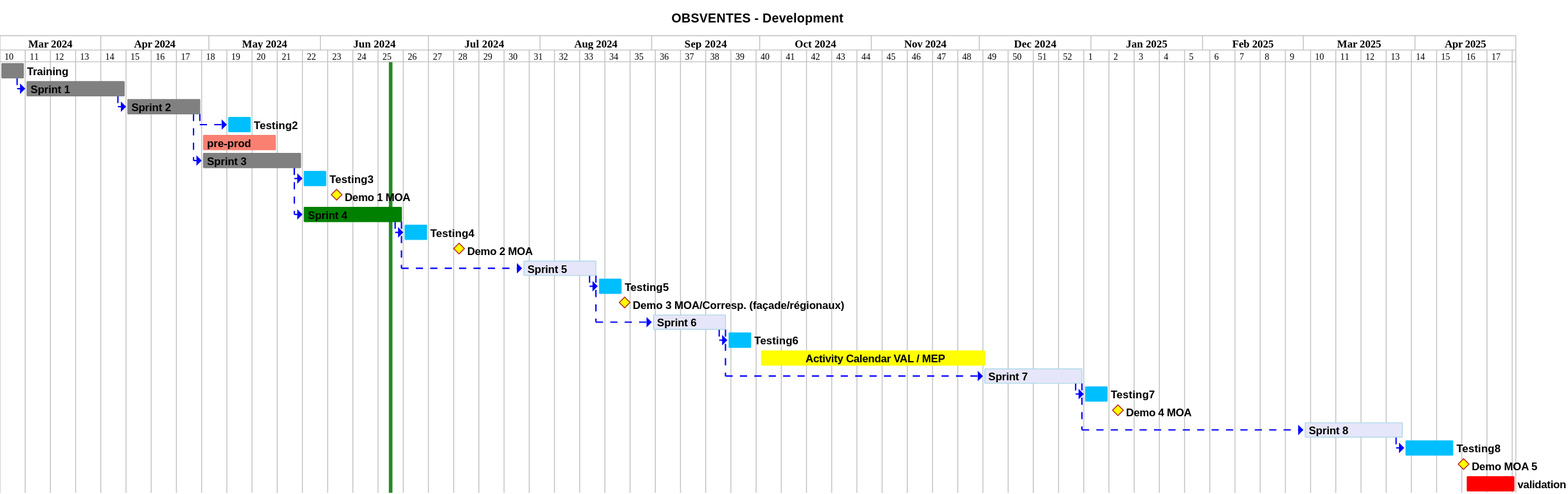
Above: projects/obsvente/not/images/refonte-obsventes-planning-sprints.svg in sumaris-net/sumaris-doc (PlantUML), before the change.
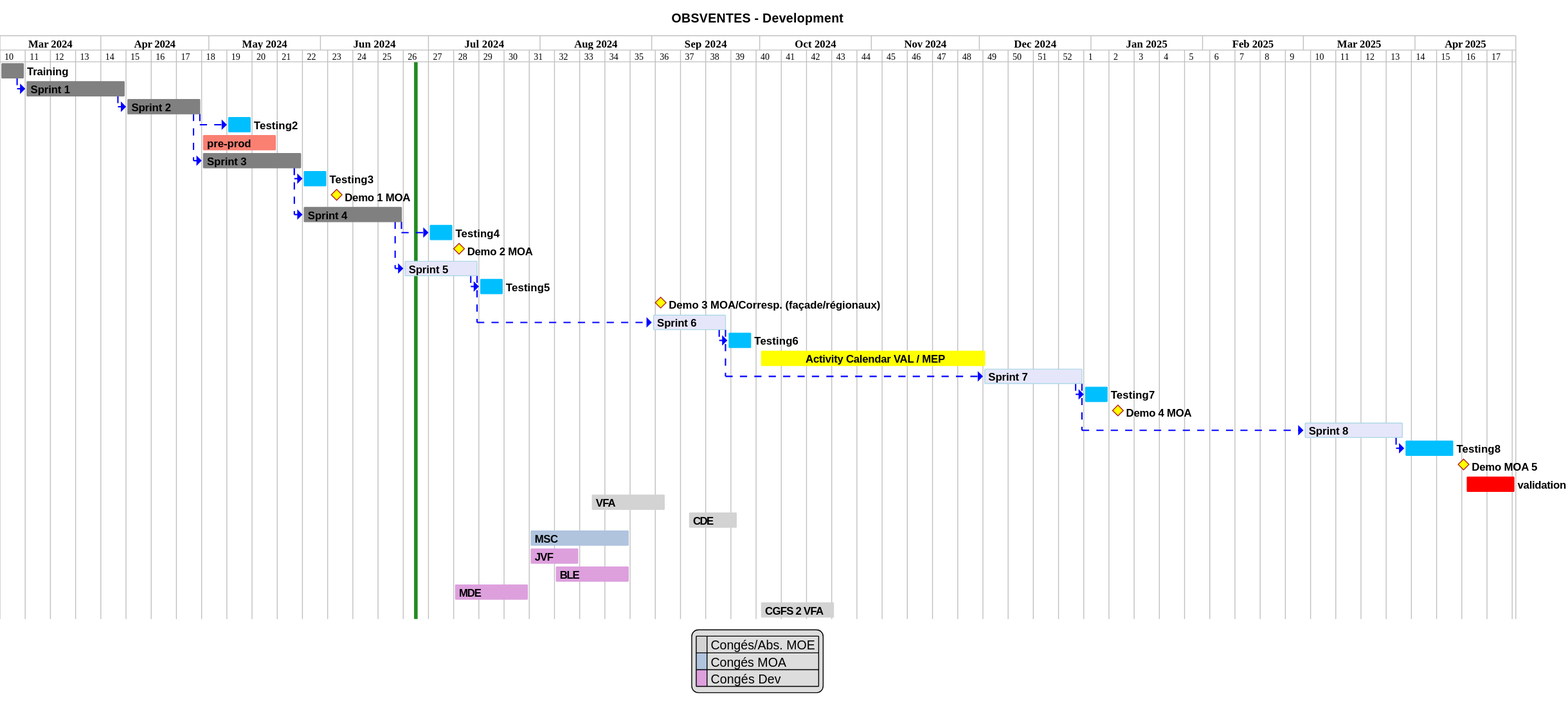
The same file after the commit.

Commit message:
[enh] update planning for ActiFlot V2, ObsVentes V2

What changed in the source:
```diff
@@ -81,18 +81,18 @@
 [Demo 1 MOA] happens 3 day after [Testing3]'s end
 
 [Sprint 4] as [TASK4] requires 4 weeks and starts the 27th of May 2024
-[TASK4] is colored in green
+[TASK4] is colored in grey
 [TASK3]->[TASK4]
-[Testing4] requires 1 week
+[Testing4] requires 1 week and starts 1th of July 2024
 [TASK4]->[Testing4]
-[Demo 2 MOA] happens 9 day after [Testing4]'s end
+[Demo 2 MOA] happens 9th of July 2024
 
-[Sprint 5] as [TASK5] requires 3 weeks and starts the 27th of July 2024
+[Sprint 5] as [TASK5] requires 3 weeks and starts the 24th of June 2024
 [TASK5] is colored in Lavender/LightBlue
 [TASK4]->[TASK5]
 [Testing5] requires 1 week
 [TASK5]->[Testing5]
-[Demo 3 MOA/Corresp. (façade/régionaux)] happens 1 day after [Testing5]'s end
+[Demo 3 MOA/Corresp. (façade/régionaux)] happens the 3th of September 2024
 [Sprint 6] as [TASK6] requires 3 weeks and starts the 1th of September 2024
 
 [TASK6] is colored in Lavender/LightBlue
@@ -121,4 +121,31 @@
 [validation] as [VAL] requires 2 week and starts the 15th of April 2025
 [VAL] is colored in red
 
+
+[VFA] as [CONG_VFA] requires 3 week and starts the 15th of August 2024 and requires 2 week and starts the 11 of september 2024
+[CDE] as [CONG_CDE] requires 2 week and starts the 11 of september 2024
+[VFA] is colored in lightgrey
+[CDE] is colored in lightgrey
+
+[MSC] as [CONG_MSC] requires 4 week and starts the 29 of July 2024
+[MSC] is colored in lightsteelblue
+
+[JVF] as [CONG_JVF] requires 2 week and starts the 29th of July 2024
+[JVF] is colored in plum
+
+[BLE] as [CONG_BLE] requires 3 week and starts the 5th of August 2024
+[BLE] is colored in plum
+
+[MDE] as [CONG_MDE] requires 3 week and starts the 8th of July 2024
+[MDE] is colored in plum
+
+[CGFS 2 VFA] as [EMB] requires 3 week and starts the 31th of September 2024
+[EMB] is colored in lightgrey
+
+legend
+  |<#lightgrey>  | Congés/Abs. MOE |
+  |<#lightsteelblue>  | Congés MOA |
+  |<#plum>   | Congés Dev |
+end legend
+
 @endgantt
```
